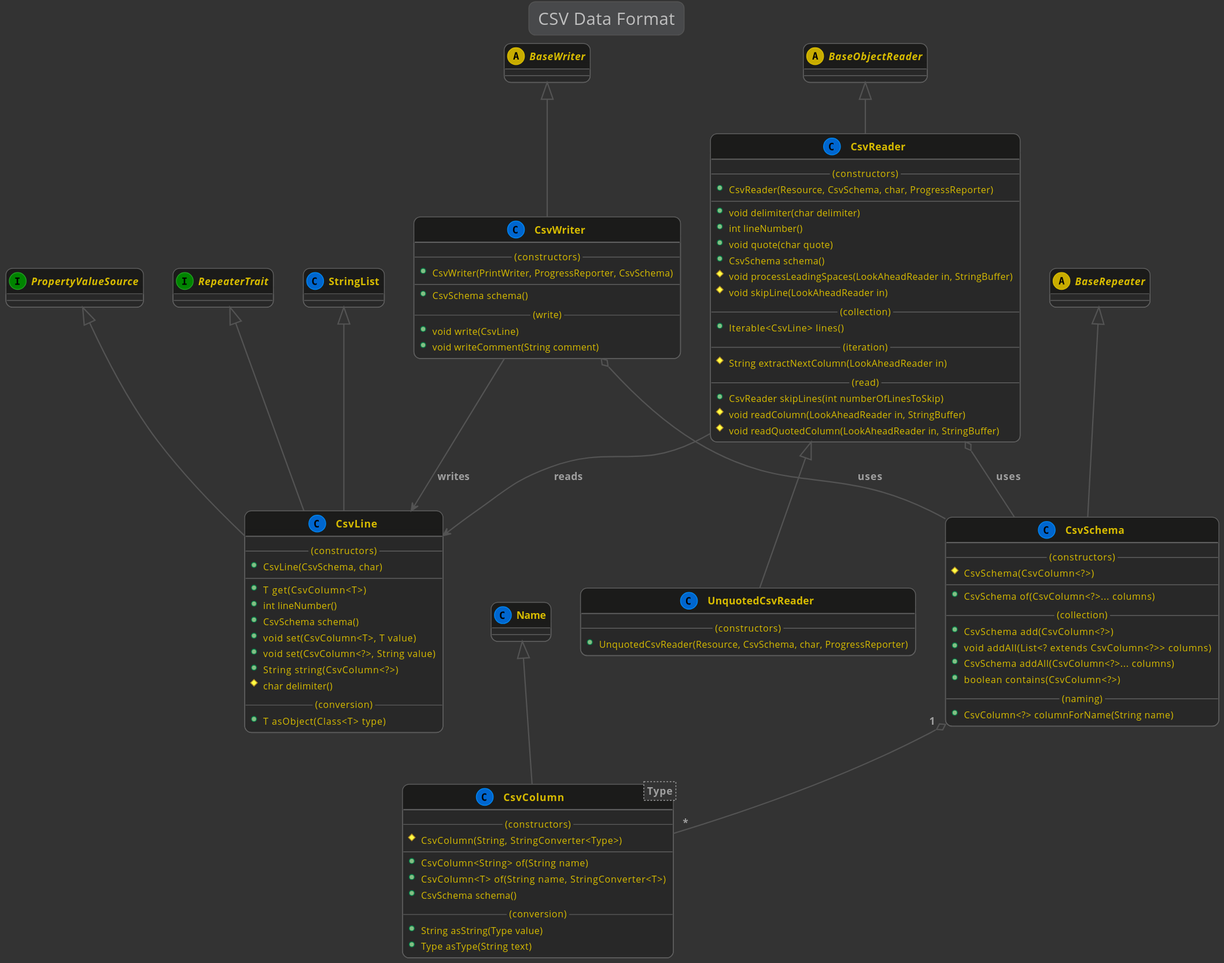
Earlier version of the PlantUML export kivakit-data/formats/csv/documentation/diagrams/diagram-csv.svg (Telenav/kivakit-extensions). Its diagram source:
```plantuml
@startuml

    !include ../lexakai/lexakai.theme

    title "CSV Data Format"

    abstract BaseWriter
    abstract BaseObjectReader
    abstract BaseRepeater

    interface PropertyValueSource
    interface RepeaterTrait

    Name <|-- CsvColumn
    class CsvColumn<Type>
    {
        --(constructors)--
        #CsvColumn(String, StringConverter<Type>)
        --
        +CsvColumn<String> of(String name)
        +CsvColumn<T> of(String name, StringConverter<T>)
        +CsvSchema schema()
        --(conversion)--
        +String asString(Type value)
        +Type asType(String text)
    }

    StringList <|-- CsvLine
    PropertyValueSource <|-- CsvLine
    RepeaterTrait <|-- CsvLine
    class CsvLine
    {
        --(constructors)--
        +CsvLine(CsvSchema, char)
        --
        +T get(CsvColumn<T>)
        +int lineNumber()
        +CsvSchema schema()
        +void set(CsvColumn<T>, T value)
        +void set(CsvColumn<?>, String value)
        +String string(CsvColumn<?>)
        #char delimiter()
        --(conversion)--
        +T asObject(Class<T> type)
    }

    BaseObjectReader <|-- CsvReader
    CsvReader --> CsvLine : "reads"
    CsvReader o-- CsvSchema : "uses"
    class CsvReader
    {
        --(constructors)--
        +CsvReader(Resource, CsvSchema, char, ProgressReporter)
        --
        +void delimiter(char delimiter)
        +int lineNumber()
        +void quote(char quote)
        +CsvSchema schema()
        #void processLeadingSpaces(LookAheadReader in, StringBuffer)
        #void skipLine(LookAheadReader in)
        --(collection)--
        +Iterable<CsvLine> lines()
        --(iteration)--
        #String extractNextColumn(LookAheadReader in)
        --(read)--
        +CsvReader skipLines(int numberOfLinesToSkip)
        #void readColumn(LookAheadReader in, StringBuffer)
        #void readQuotedColumn(LookAheadReader in, StringBuffer)
    }

    BaseRepeater <|-- CsvSchema
    CsvSchema "1" o-- "*" CsvColumn
    class CsvSchema
    {
        --(constructors)--
        #CsvSchema(CsvColumn<?>)
        --
        +CsvSchema of(CsvColumn<?>... columns)
        --(collection)--
        +CsvSchema add(CsvColumn<?>)
        +void addAll(List<? extends CsvColumn<?>> columns)
        +CsvSchema addAll(CsvColumn<?>... columns)
        +boolean contains(CsvColumn<?>)
        --(naming)--
        +CsvColumn<?> columnForName(String name)
    }

    BaseWriter <|-- CsvWriter
    CsvWriter --> CsvLine : "writes"
    CsvWriter o-- CsvSchema : "uses"
    class CsvWriter
    {
        --(constructors)--
        +CsvWriter(PrintWriter, ProgressReporter, CsvSchema)
        --
        +CsvSchema schema()
        --(write)--
        +void write(CsvLine)
        +void writeComment(String comment)
    }

    CsvReader <|-- UnquotedCsvReader
    class UnquotedCsvReader
    {
        --(constructors)--
        +UnquotedCsvReader(Resource, CsvSchema, char, ProgressReporter)
    }

@enduml
```
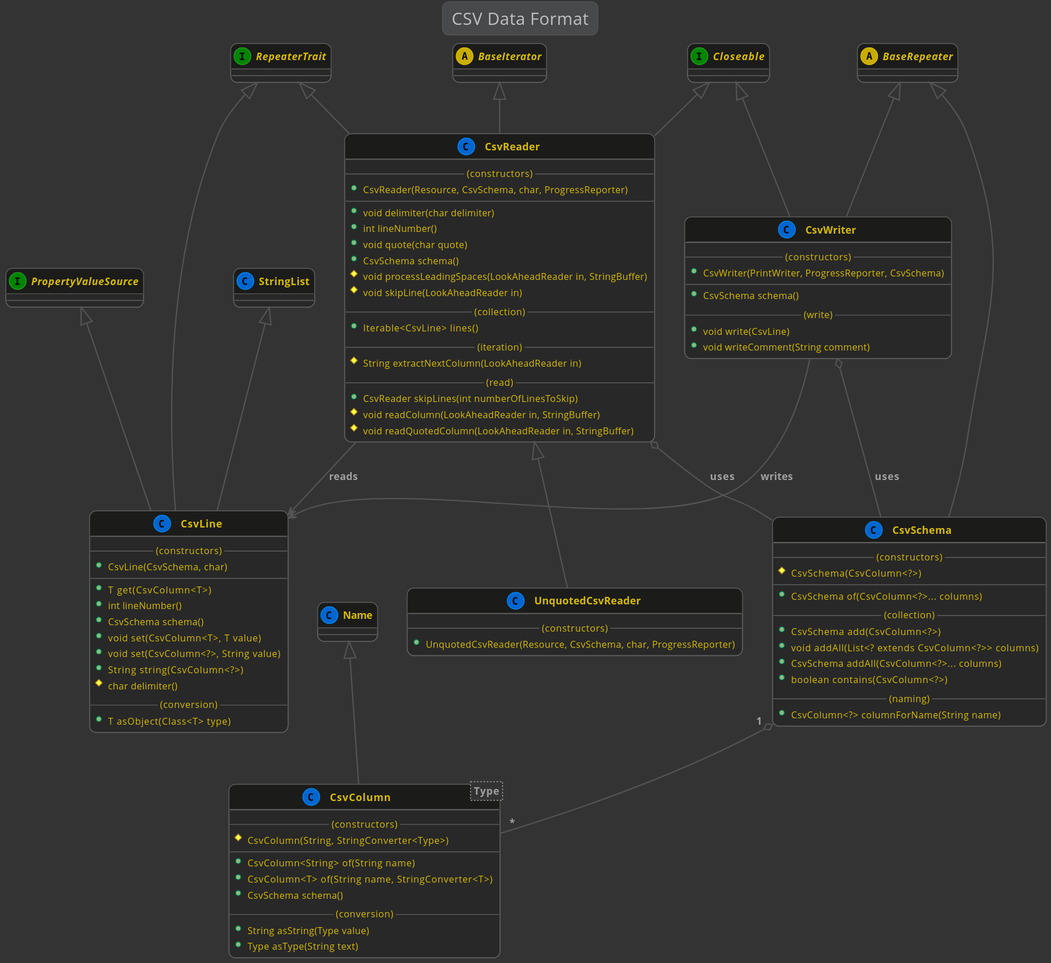
After the commit.

The edit, as a diff of the source:
```diff
@@ -4,11 +4,11 @@
 
     title "CSV Data Format"
 
-    abstract BaseWriter
-    abstract BaseObjectReader
+    abstract BaseIterator
     abstract BaseRepeater
 
     interface PropertyValueSource
+    interface Closeable
     interface RepeaterTrait
 
     Name <|-- CsvColumn
@@ -44,7 +44,9 @@
         +T asObject(Class<T> type)
     }
 
-    BaseObjectReader <|-- CsvReader
+    BaseIterator <|-- CsvReader
+    RepeaterTrait <|-- CsvReader
+    Closeable <|-- CsvReader
     CsvReader --> CsvLine : "reads"
     CsvReader o-- CsvSchema : "uses"
     class CsvReader
@@ -85,7 +87,8 @@
         +CsvColumn<?> columnForName(String name)
     }
 
-    BaseWriter <|-- CsvWriter
+    BaseRepeater <|-- CsvWriter
+    Closeable <|-- CsvWriter
     CsvWriter --> CsvLine : "writes"
     CsvWriter o-- CsvSchema : "uses"
     class CsvWriter
```
